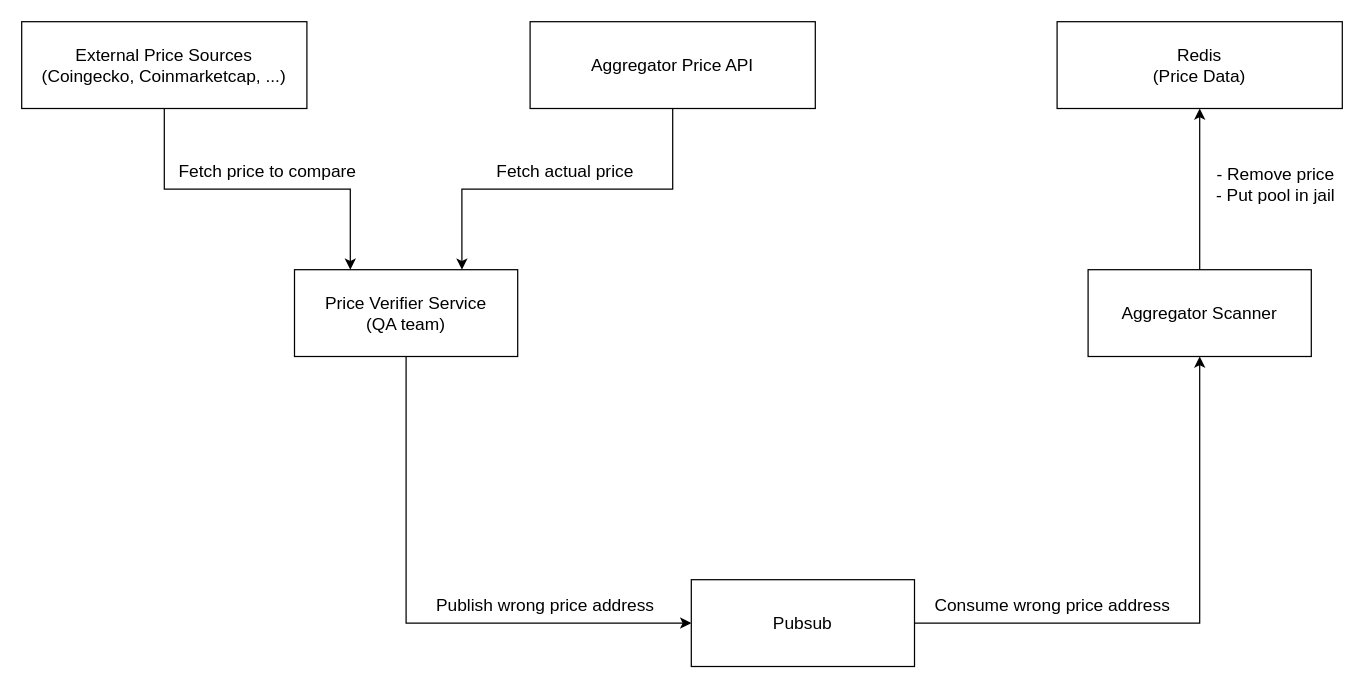
Before: aggregator/Price service put in jail solution.drawio in piavgh/draw.io-data, a draw.io diagram. Source tidied: cells renumbered, new cells numbered last; positions are measured from the earlier drawing's top-left corner, leaving out a move shared by most shapes. Both pictures are drawn from the tidied source at 124%, with x=0, y=0 at pixel (21, 21).
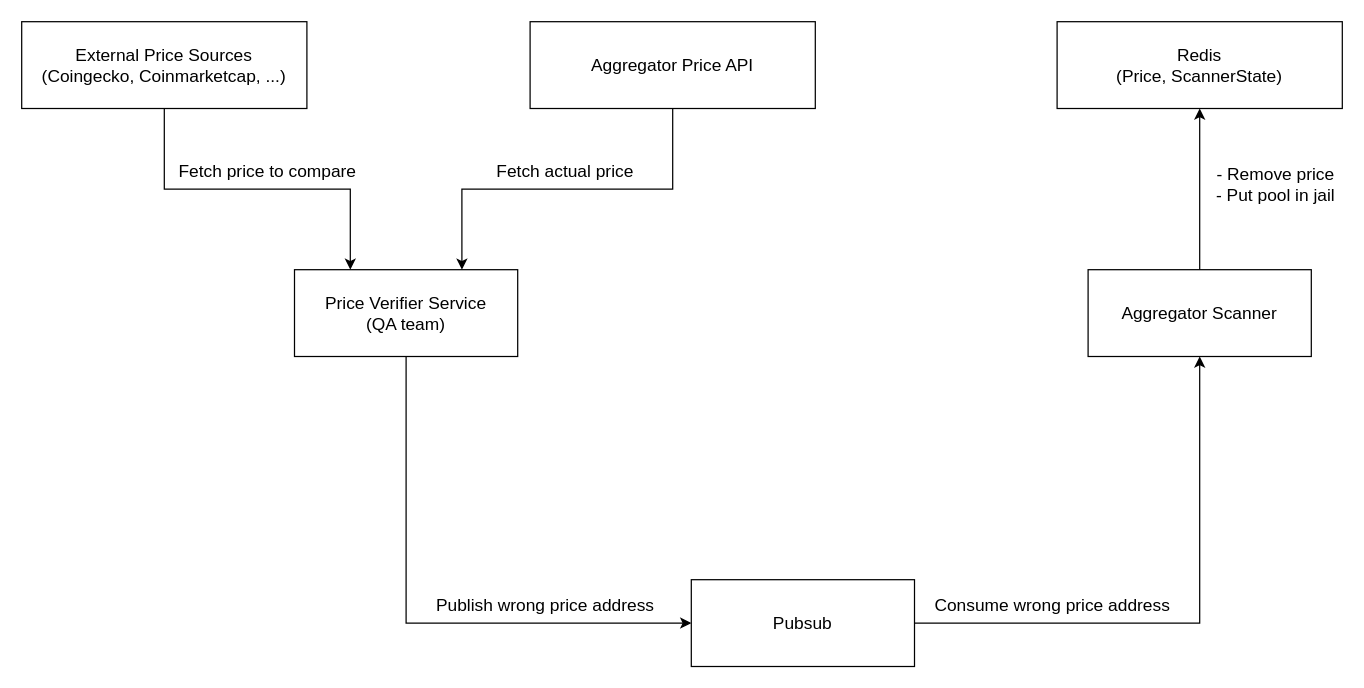
After the change.

Change to the diagram source:
```diff
@@
-    <mxCell id="12" value="Redis&lt;br&gt;(Price Data)" style="rounded=0;whiteSpace=wrap;html=1;fontSize=14;fontStyle=0;" parent="1" vertex="1">
+    <mxCell id="12" value="Redis&lt;br&gt;(Price, ScannerState)" style="rounded=0;whiteSpace=wrap;html=1;fontSize=14;fontStyle=0;" parent="1" vertex="1">
       <mxGeometry x="835" width="230" height="70" as="geometry" />
     </mxCell>
```
